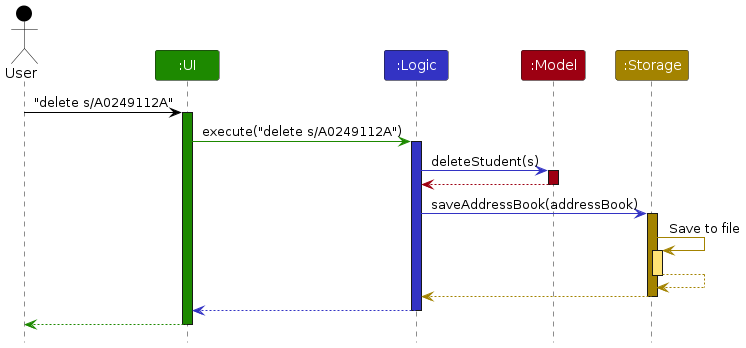
AY2324S1-CS2103T-T11-1/tp keeps this PlantUML diagram as diagrams/ArchitectureSequenceDiagram.png. Above is the earlier version. Its source is kept beside it as diagrams/ArchitectureSequenceDiagram.puml. Source of this version:
```plantuml
@startuml
!include style.puml
skinparam ArrowFontStyle plain

Actor User as user USER_COLOR
Participant ":UI" as ui UI_COLOR
Participant ":Logic" as logic LOGIC_COLOR
Participant ":Model" as model MODEL_COLOR
Participant ":Storage" as storage STORAGE_COLOR

user -[USER_COLOR]> ui : "delete s/A0249112A"
activate ui UI_COLOR

ui -[UI_COLOR]> logic : execute("delete s/A0249112A")
activate logic LOGIC_COLOR

logic -[LOGIC_COLOR]> model : deleteStudent(s)
activate model MODEL_COLOR

model -[MODEL_COLOR]-> logic
deactivate model

logic -[LOGIC_COLOR]> storage : saveAddressBook(addressBook)
activate storage STORAGE_COLOR

storage -[STORAGE_COLOR]> storage : Save to file
activate storage STORAGE_COLOR_T1
storage --[STORAGE_COLOR]> storage
deactivate storage

storage --[STORAGE_COLOR]> logic
deactivate storage

logic --[LOGIC_COLOR]> ui
deactivate logic

ui--[UI_COLOR]> user
deactivate ui
@enduml
```
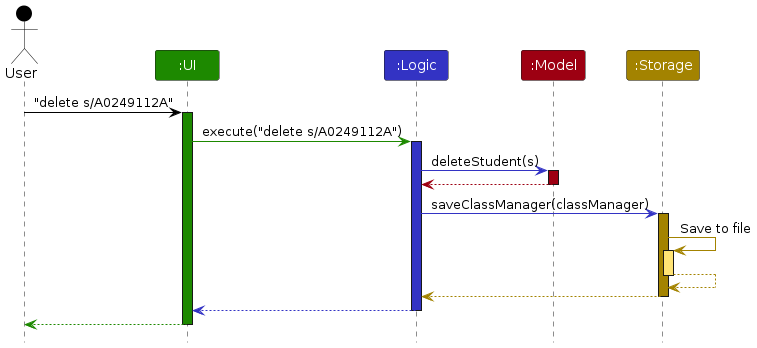
The same diagram one commit later.

Diff of the diagram source:
```diff
@@ -20,7 +20,7 @@
 model -[MODEL_COLOR]-> logic
 deactivate model
 
-logic -[LOGIC_COLOR]> storage : saveAddressBook(addressBook)
+logic -[LOGIC_COLOR]> storage : saveClassManager(classManager)
 activate storage STORAGE_COLOR
 
 storage -[STORAGE_COLOR]> storage : Save to file
```
